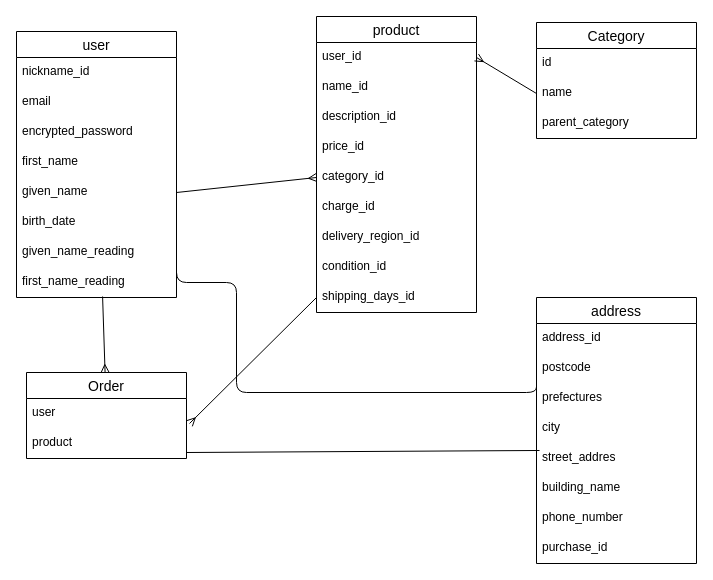
This is test.dio from Renhello112/furima-40536, a draw.io file, before an edit. Source tidied: cells renumbered, new cells numbered last; positions are measured from the earlier drawing's top-left corner, leaving out a move shared by most shapes. Both pictures are drawn from the tidied source at 100%, with x=0, y=0 at pixel (16, 16).
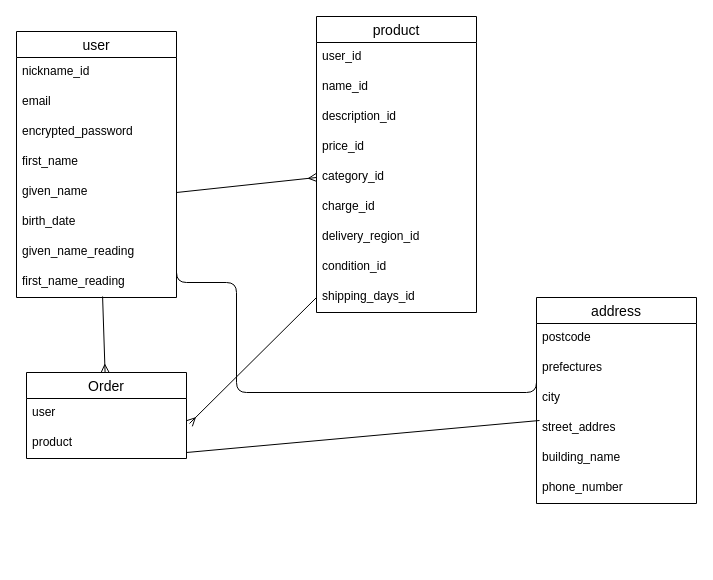
Above is the later version.

The change refers to these unchanged cells:
```xml
<mxCell id="12" value="user_id" style="text;strokeColor=none;fillColor=none;spacingLeft=4;spacingRight=4;overflow=hidden;points=[[0,0.5],[1,0.5]];portConstraint=eastwest;fontSize=12;" parent="11" vertex="1">
  <mxGeometry y="26" width="160" height="30" as="geometry" />
</mxCell>
```

What changed in the source:
```diff
@@
-    <mxCell id="21" value="Category" style="swimlane;fontStyle=0;horizontal=1;startSize=26;align=center;fontSize=14;" parent="1" vertex="1">
-      <mxGeometry x="520" y="6" width="160" height="116" as="geometry" />
-    </mxCell>
-    <mxCell id="22" value="id" style="text;strokeColor=none;fillColor=none;spacingLeft=4;spacingRight=4;overflow=hidden;fontSize=12;" parent="21" vertex="1">
-      <mxGeometry y="26" width="160" height="30" as="geometry" />
-    </mxCell>
-    <mxCell id="23" value="name" style="text;strokeColor=none;fillColor=none;spacingLeft=4;spacingRight=4;overflow=hidden;points=[[0,0.5],[1,0.5]];portConstraint=eastwest;fontSize=12;" parent="21" vertex="1">
-      <mxGeometry y="56" width="160" height="30" as="geometry" />
-    </mxCell>
-    <mxCell id="24" value="parent_category" style="text;strokeColor=none;fillColor=none;spacingLeft=4;spacingRight=4;overflow=hidden;fontSize=12;" parent="21" vertex="1">
-      <mxGeometry y="86" width="160" height="30" as="geometry" />
-    </mxCell>
@@
     <mxCell id="28" value="address" style="swimlane;fontStyle=0;horizontal=1;startSize=26;align=center;fontSize=14;" parent="1" vertex="1">
-      <mxGeometry x="520" y="281" width="160" height="266" as="geometry" />
+      <mxGeometry x="520" y="281" width="160" height="206" as="geometry" />
     </mxCell>
-    <mxCell id="29" value="address_id" style="text;strokeColor=none;fillColor=none;spacingLeft=4;spacingRight=4;overflow=hidden;fontSize=12;" parent="28" vertex="1">
-      <mxGeometry y="26" width="160" height="30" as="geometry" />
-    </mxCell>
     <mxCell id="30" value="postcode" style="text;strokeColor=none;fillColor=none;spacingLeft=4;spacingRight=4;overflow=hidden;points=[[0,0.5],[1,0.5]];portConstraint=eastwest;fontSize=12;" parent="28" vertex="1">
-      <mxGeometry y="56" width="160" height="30" as="geometry" />
+      <mxGeometry y="26" width="160" height="30" as="geometry" />
     </mxCell>
     <mxCell id="31" value="prefectures" style="text;strokeColor=none;fillColor=none;spacingLeft=4;spacingRight=4;overflow=hidden;fontSize=12;" parent="28" vertex="1">
-      <mxGeometry y="86" width="160" height="30" as="geometry" />
+      <mxGeometry y="56" width="160" height="30" as="geometry" />
     </mxCell>
     <mxCell id="32" value="city" style="text;strokeColor=none;fillColor=none;spacingLeft=4;spacingRight=4;overflow=hidden;fontSize=12;" parent="28" vertex="1">
-      <mxGeometry y="116" width="160" height="30" as="geometry" />
+      <mxGeometry y="86" width="160" height="30" as="geometry" />
     </mxCell>
     <mxCell id="33" value="street_addres" style="text;strokeColor=none;fillColor=none;spacingLeft=4;spacingRight=4;overflow=hidden;points=[[0,0.5],[1,0.5]];portConstraint=eastwest;fontSize=12;" parent="28" vertex="1">
-      <mxGeometry y="146" width="160" height="30" as="geometry" />
+      <mxGeometry y="116" width="160" height="30" as="geometry" />
     </mxCell>
     <mxCell id="34" value="building_name" style="text;strokeColor=none;fillColor=none;spacingLeft=4;spacingRight=4;overflow=hidden;fontSize=12;" parent="28" vertex="1">
-      <mxGeometry y="176" width="160" height="30" as="geometry" />
+      <mxGeometry y="146" width="160" height="30" as="geometry" />
     </mxCell>
     <mxCell id="35" value="phone_number" style="text;strokeColor=none;fillColor=none;spacingLeft=4;spacingRight=4;overflow=hidden;fontSize=12;" parent="28" vertex="1">
-      <mxGeometry y="206" width="160" height="30" as="geometry" />
+      <mxGeometry y="176" width="160" height="30" as="geometry" />
     </mxCell>
-    <mxCell id="36" value="purchase_id" style="text;strokeColor=none;fillColor=none;spacingLeft=4;spacingRight=4;overflow=hidden;fontSize=12;" parent="28" vertex="1">
-      <mxGeometry y="236" width="160" height="30" as="geometry" />
-    </mxCell>
@@
-    <mxCell id="40" style="edgeStyle=none;rounded=1;html=1;exitX=0;exitY=0.5;exitDx=0;exitDy=0;entryX=1;entryY=0.5;entryDx=0;entryDy=0;endArrow=ERmany;endFill=0;" parent="1" edge="1" source="23" target="12">
-      <mxGeometry relative="1" as="geometry" />
-    </mxCell>
```
